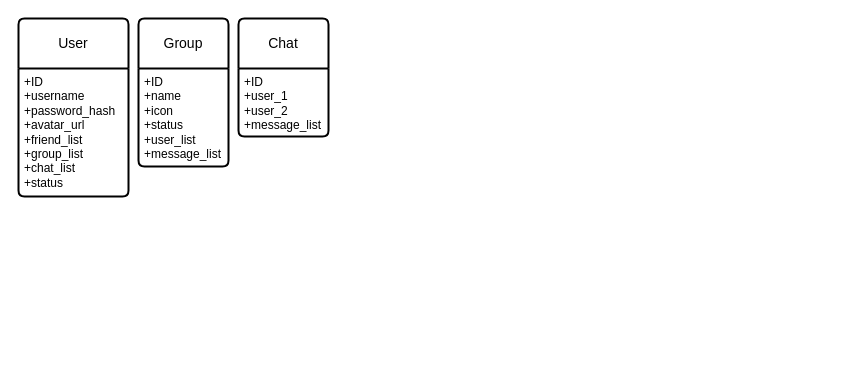
This is Diagrams/KomunikatorC-Serwer-DB.drawio from cyber-wojtek/FilesNStuff, a draw.io file, before an edit. Source tidied: cells renumbered, new cells numbered last; positions are measured from the earlier drawing's top-left corner, leaving out a move shared by most shapes. Both pictures are drawn from the tidied source at 100%, with x=0, y=0 at pixel (18, 18).
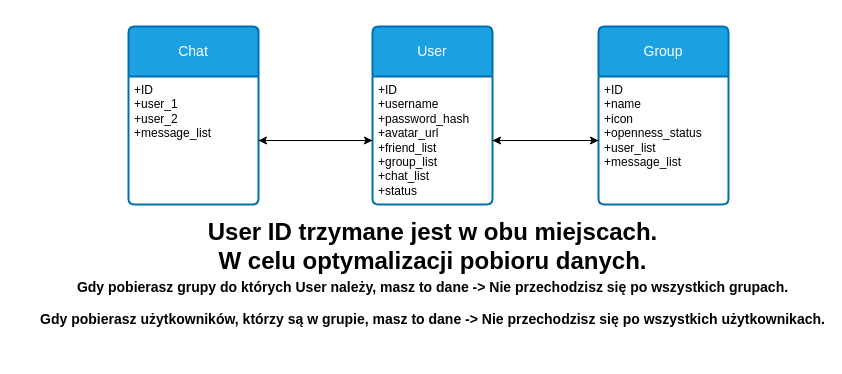
The same page after the edit.

Change to the diagram source:
```diff
@@
 <mxGraphModel>
   <root>
     <mxCell id="0" />
     <mxCell id="1" parent="0" />
-    <mxCell id="2" value="User" style="swimlane;horizontal=1;startSize=50;rounded=1;fontSize=14;fontStyle=0;strokeWidth=2;shadow=0;dashed=0;align=center;arcSize=4;whiteSpace=wrap;html=1;" parent="1" vertex="1">
-      <mxGeometry width="110" height="178" as="geometry" />
+    <mxCell id="2" value="User" style="swimlane;horizontal=1;startSize=50;rounded=1;fontSize=14;fontStyle=0;strokeWidth=2;shadow=0;dashed=0;align=center;arcSize=4;whiteSpace=wrap;html=1;fillColor=#1ba1e2;fontColor=#ffffff;strokeColor=#006EAF;swimlaneFillColor=default;" parent="1" vertex="1">
+      <mxGeometry x="354" y="8" width="120" height="178" as="geometry" />
     </mxCell>
     <mxCell id="3" value="+ID&lt;br&gt;+username&lt;div&gt;+password_hash&lt;/div&gt;&lt;div&gt;+avatar_url&lt;/div&gt;&lt;div&gt;+friend_list&lt;/div&gt;&lt;div&gt;+group_list&lt;/div&gt;&lt;div&gt;+chat_list&lt;br&gt;+status&lt;/div&gt;" style="align=left;strokeColor=none;fillColor=none;spacingLeft=4;fontSize=12;verticalAlign=top;html=1;" parent="2" vertex="1">
-      <mxGeometry y="50" width="110" height="128" as="geometry" />
+      <mxGeometry y="50" width="120" height="128" as="geometry" />
     </mxCell>
-    <mxCell id="4" value="Group" style="swimlane;horizontal=1;startSize=50;rounded=1;fontSize=14;fontStyle=0;strokeWidth=2;shadow=0;dashed=0;align=center;arcSize=4;whiteSpace=wrap;html=1;" parent="1" vertex="1">
-      <mxGeometry x="120" width="90" height="148" as="geometry" />
+    <mxCell id="4" value="Group" style="swimlane;horizontal=1;startSize=50;rounded=1;fontSize=14;fontStyle=0;strokeWidth=2;shadow=0;dashed=0;align=center;arcSize=4;whiteSpace=wrap;html=1;fillColor=#1ba1e2;fontColor=#ffffff;strokeColor=#006EAF;swimlaneFillColor=default;" parent="1" vertex="1">
+      <mxGeometry x="580" y="8" width="130" height="178" as="geometry" />
     </mxCell>
-    <mxCell id="5" value="+ID&lt;br&gt;+name&lt;div&gt;+icon&lt;/div&gt;&lt;div&gt;+status&lt;/div&gt;&lt;div&gt;+user_list&lt;br&gt;+message_list&lt;/div&gt;" style="align=left;strokeColor=none;fillColor=none;spacingLeft=4;fontSize=12;verticalAlign=top;html=1;" parent="4" vertex="1">
-      <mxGeometry y="50" width="90" height="98" as="geometry" />
+    <mxCell id="5" value="+ID&lt;br&gt;+name&lt;div&gt;+icon&lt;/div&gt;&lt;div&gt;+openness_status&lt;/div&gt;&lt;div&gt;+user_list&lt;br&gt;+message_list&lt;/div&gt;" style="align=left;strokeColor=none;fillColor=none;spacingLeft=4;fontSize=12;verticalAlign=top;html=1;" parent="4" vertex="1">
+      <mxGeometry y="50" width="130" height="128" as="geometry" />
     </mxCell>
-    <mxCell id="6" value="Chat" style="swimlane;horizontal=1;startSize=50;rounded=1;fontSize=14;fontStyle=0;strokeWidth=2;shadow=0;dashed=0;align=center;arcSize=4;whiteSpace=wrap;html=1;" parent="1" vertex="1">
-      <mxGeometry x="220" width="90" height="118" as="geometry" />
+    <mxCell id="6" value="Chat" style="swimlane;horizontal=1;startSize=50;rounded=1;fontSize=14;fontStyle=0;strokeWidth=2;shadow=0;dashed=0;align=center;arcSize=4;whiteSpace=wrap;html=1;fillColor=#1ba1e2;strokeColor=#006EAF;fontColor=#ffffff;gradientColor=none;swimlaneFillColor=default;" parent="1" vertex="1">
+      <mxGeometry x="110" y="8" width="130" height="178" as="geometry" />
     </mxCell>
     <mxCell id="7" value="+ID&lt;br&gt;+user_1&lt;br&gt;+user_2&lt;div&gt;+message_list&lt;/div&gt;" style="align=left;strokeColor=none;fillColor=none;spacingLeft=4;fontSize=12;verticalAlign=top;html=1;" parent="6" vertex="1">
-      <mxGeometry y="50" width="90" height="68" as="geometry" />
+      <mxGeometry y="50" width="130" height="128" as="geometry" />
     </mxCell>
+    <mxCell id="8" style="edgeStyle=orthogonalEdgeStyle;rounded=0;jettySize=auto;html=1;entryX=1;entryY=0.5;entryDx=0;entryDy=0;" parent="1" edge="1" source="5" target="3">
+      <mxGeometry relative="1" as="geometry" />
+    </mxCell>
+    <mxCell id="9" style="edgeStyle=orthogonalEdgeStyle;rounded=0;jettySize=auto;html=1;entryX=0;entryY=0.5;entryDx=0;entryDy=0;" parent="1" edge="1" source="3" target="5">
+      <mxGeometry relative="1" as="geometry" />
+    </mxCell>
+    <mxCell id="10" style="edgeStyle=orthogonalEdgeStyle;rounded=0;jettySize=auto;html=1;entryX=1;entryY=0.5;entryDx=0;entryDy=0;" parent="1" edge="1" source="3" target="7">
+      <mxGeometry relative="1" as="geometry" />
+    </mxCell>
+    <mxCell id="11" style="edgeStyle=orthogonalEdgeStyle;rounded=0;jettySize=auto;html=1;entryX=0;entryY=0.5;entryDx=0;entryDy=0;" parent="1" edge="1" source="7" target="3">
+      <mxGeometry relative="1" as="geometry" />
+    </mxCell>
+    <mxCell id="12" value="User ID trzymane jest w obu miejscach.&lt;br&gt;W celu optymalizacji pobioru danych.&lt;div&gt;&lt;br/&gt;&lt;/div&gt;" style="text;strokeColor=none;fillColor=none;html=1;fontSize=24;fontStyle=1;verticalAlign=middle;align=center;" parent="1" vertex="1">
+      <mxGeometry x="354" y="228" width="120" height="30" as="geometry" />
+    </mxCell>
+    <mxCell id="13" value="&lt;p style=&quot;line-height: 120%;&quot;&gt;&lt;span style=&quot;font-size: 14px;&quot;&gt;Gdy pobierasz grupy do których User należy, masz to dane -&amp;gt; Nie przechodzisz się po wszystkich grupach.&lt;br&gt;Gdy pobierasz użytkowników, którzy są w grupie, masz to dane -&amp;gt; Nie przechodzisz się po wszystkich użytkownikach.&lt;/span&gt;&lt;/p&gt;" style="text;strokeColor=none;fillColor=none;html=1;fontSize=24;fontStyle=1;verticalAlign=middle;align=center;" parent="1" vertex="1">
+      <mxGeometry x="354" y="268" width="120" height="30" as="geometry" />
+    </mxCell>
   </root>
 </mxGraphModel>
```
